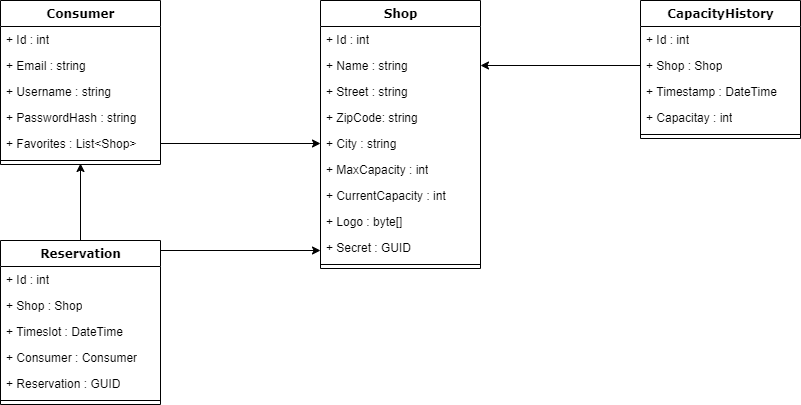
Earlier version of the draw.io export images/domain-model.png (seinol/capwatch-documentation). Source tidied: cells renumbered, new cells last; positions are measured from the earlier drawing's top-left corner, leaving out a move shared by most shapes. Its diagram source:
```xml
<mxGraphModel background="#ffffff">
  <root>
    <mxCell id="0" />
    <mxCell id="1" parent="0" />
    <mxCell id="2" value="Shop" style="swimlane;html=1;fontStyle=1;align=center;verticalAlign=top;horizontal=1;startSize=26;swimlaneFillColor=#ffffff;rounded=0;shadow=0;comic=0;labelBackgroundColor=none;strokeWidth=1;fillColor=none;fontFamily=Verdana;fontSize=12;" parent="1" vertex="1">
      <mxGeometry x="320" width="160" height="268" as="geometry" />
    </mxCell>
    <mxCell id="3" value="+ Id : int" style="text;html=1;strokeColor=none;fillColor=none;align=left;verticalAlign=top;spacingLeft=4;spacingRight=4;whiteSpace=wrap;overflow=hidden;" parent="2" vertex="1">
      <mxGeometry y="26" width="160" height="26" as="geometry" />
    </mxCell>
    <mxCell id="4" value="+ Name : string" style="text;html=1;strokeColor=none;fillColor=none;align=left;verticalAlign=top;spacingLeft=4;spacingRight=4;whiteSpace=wrap;overflow=hidden;points=[[0,0.5],[1,0.5]];portConstraint=eastwest;" parent="2" vertex="1">
      <mxGeometry y="52" width="160" height="26" as="geometry" />
    </mxCell>
    <mxCell id="5" value="+ Street : string" style="text;html=1;strokeColor=none;fillColor=none;align=left;verticalAlign=top;spacingLeft=4;spacingRight=4;whiteSpace=wrap;overflow=hidden;" parent="2" vertex="1">
      <mxGeometry y="78" width="160" height="26" as="geometry" />
    </mxCell>
    <mxCell id="6" value="+ ZipCode: string" style="text;html=1;strokeColor=none;fillColor=none;align=left;verticalAlign=top;spacingLeft=4;spacingRight=4;whiteSpace=wrap;overflow=hidden;" parent="2" vertex="1">
      <mxGeometry y="104" width="160" height="26" as="geometry" />
    </mxCell>
    <mxCell id="7" value="+ City : string" style="text;html=1;strokeColor=none;fillColor=none;align=left;verticalAlign=top;spacingLeft=4;spacingRight=4;whiteSpace=wrap;overflow=hidden;points=[[0,0.5],[1,0.5]];portConstraint=eastwest;" parent="2" vertex="1">
      <mxGeometry y="130" width="160" height="26" as="geometry" />
    </mxCell>
    <mxCell id="8" value="+ MaxCapacity : int" style="text;html=1;strokeColor=none;fillColor=none;align=left;verticalAlign=top;spacingLeft=4;spacingRight=4;whiteSpace=wrap;overflow=hidden;" parent="2" vertex="1">
      <mxGeometry y="156" width="160" height="26" as="geometry" />
    </mxCell>
    <mxCell id="9" value="+ CurrentCapacity : int" style="text;html=1;strokeColor=none;fillColor=none;align=left;verticalAlign=top;spacingLeft=4;spacingRight=4;whiteSpace=wrap;overflow=hidden;" parent="2" vertex="1">
      <mxGeometry y="182" width="160" height="26" as="geometry" />
    </mxCell>
    <mxCell id="10" value="+ Logo : byte[]" style="text;html=1;strokeColor=none;fillColor=none;align=left;verticalAlign=top;spacingLeft=4;spacingRight=4;whiteSpace=wrap;overflow=hidden;" parent="2" vertex="1">
      <mxGeometry y="208" width="160" height="26" as="geometry" />
    </mxCell>
    <mxCell id="11" value="+ Secret : GUID" style="text;html=1;strokeColor=none;fillColor=none;align=left;verticalAlign=top;spacingLeft=4;spacingRight=4;whiteSpace=wrap;overflow=hidden;" parent="2" vertex="1">
      <mxGeometry y="234" width="160" height="26" as="geometry" />
    </mxCell>
    <mxCell id="12" style="line;html=1;strokeWidth=1;fillColor=none;align=left;verticalAlign=middle;spacingTop=-1;spacingLeft=3;spacingRight=3;labelPosition=right;" parent="2" vertex="1">
      <mxGeometry y="260" width="160" height="8" as="geometry" />
    </mxCell>
    <mxCell id="13" value="Consumer" style="swimlane;html=1;fontStyle=1;align=center;verticalAlign=top;horizontal=1;startSize=26;swimlaneFillColor=#ffffff;rounded=0;shadow=0;comic=0;labelBackgroundColor=none;strokeWidth=1;fillColor=none;fontFamily=Verdana;fontSize=12;" parent="1" vertex="1">
      <mxGeometry width="160" height="164" as="geometry" />
    </mxCell>
    <mxCell id="14" value="+ Id : int" style="text;html=1;strokeColor=none;fillColor=none;align=left;verticalAlign=top;spacingLeft=4;spacingRight=4;whiteSpace=wrap;overflow=hidden;" parent="13" vertex="1">
      <mxGeometry y="26" width="160" height="26" as="geometry" />
    </mxCell>
    <mxCell id="15" value="+ Email : string" style="text;html=1;strokeColor=none;fillColor=none;align=left;verticalAlign=top;spacingLeft=4;spacingRight=4;whiteSpace=wrap;overflow=hidden;" parent="13" vertex="1">
      <mxGeometry y="52" width="160" height="26" as="geometry" />
    </mxCell>
    <mxCell id="16" value="+ Username : string" style="text;html=1;strokeColor=none;fillColor=none;align=left;verticalAlign=top;spacingLeft=4;spacingRight=4;whiteSpace=wrap;overflow=hidden;" parent="13" vertex="1">
      <mxGeometry y="78" width="160" height="26" as="geometry" />
    </mxCell>
    <mxCell id="17" value="+ PasswordHash&amp;nbsp;: string" style="text;html=1;strokeColor=none;fillColor=none;align=left;verticalAlign=top;spacingLeft=4;spacingRight=4;whiteSpace=wrap;overflow=hidden;" parent="13" vertex="1">
      <mxGeometry y="104" width="160" height="26" as="geometry" />
    </mxCell>
    <mxCell id="18" value="+ Favorites : List&amp;lt;Shop&amp;gt;" style="text;html=1;strokeColor=none;fillColor=none;align=left;verticalAlign=top;spacingLeft=4;spacingRight=4;whiteSpace=wrap;overflow=hidden;points=[[0,0.5],[1,0.5]];portConstraint=eastwest;" parent="13" vertex="1">
      <mxGeometry y="130" width="160" height="26" as="geometry" />
    </mxCell>
    <mxCell id="19" style="line;html=1;strokeWidth=1;fillColor=none;align=left;verticalAlign=middle;spacingTop=-1;spacingLeft=3;spacingRight=3;labelPosition=right;points=[];portConstraint=eastwest;" parent="13" vertex="1">
      <mxGeometry y="156" width="160" height="8" as="geometry" />
    </mxCell>
    <mxCell id="20" style="endArrow=classic;html=1;exitX=1;exitY=0.5;exitDx=0;exitDy=0;entryX=0;entryY=0.5;entryDx=0;entryDy=0;" parent="1" edge="1" source="18" target="7">
      <mxGeometry relative="1" as="geometry" />
    </mxCell>
    <mxCell id="21" value="CapacityHistory" style="swimlane;html=1;fontStyle=1;align=center;verticalAlign=top;horizontal=1;startSize=26;swimlaneFillColor=#ffffff;rounded=0;shadow=0;comic=0;labelBackgroundColor=none;strokeWidth=1;fillColor=none;fontFamily=Verdana;fontSize=12;" parent="1" vertex="1">
      <mxGeometry x="640" width="160" height="138" as="geometry" />
    </mxCell>
    <mxCell id="22" value="+ Id : int" style="text;html=1;strokeColor=none;fillColor=none;align=left;verticalAlign=top;spacingLeft=4;spacingRight=4;whiteSpace=wrap;overflow=hidden;" parent="21" vertex="1">
      <mxGeometry y="26" width="160" height="26" as="geometry" />
    </mxCell>
    <mxCell id="23" value="+ Shop : Shop" style="text;html=1;strokeColor=none;fillColor=none;align=left;verticalAlign=top;spacingLeft=4;spacingRight=4;whiteSpace=wrap;overflow=hidden;points=[[0,0.5],[1,0.5]];portConstraint=eastwest;" parent="21" vertex="1">
      <mxGeometry y="52" width="160" height="26" as="geometry" />
    </mxCell>
    <mxCell id="24" value="+ Timestamp : DateTime" style="text;html=1;strokeColor=none;fillColor=none;align=left;verticalAlign=top;spacingLeft=4;spacingRight=4;whiteSpace=wrap;overflow=hidden;" parent="21" vertex="1">
      <mxGeometry y="78" width="160" height="26" as="geometry" />
    </mxCell>
    <mxCell id="25" value="+ Capacitay : int" style="text;html=1;strokeColor=none;fillColor=none;align=left;verticalAlign=top;spacingLeft=4;spacingRight=4;whiteSpace=wrap;overflow=hidden;" parent="21" vertex="1">
      <mxGeometry y="104" width="160" height="26" as="geometry" />
    </mxCell>
    <mxCell id="26" style="line;html=1;strokeWidth=1;fillColor=none;align=left;verticalAlign=middle;spacingTop=-1;spacingLeft=3;spacingRight=3;labelPosition=right;" parent="21" vertex="1">
      <mxGeometry y="130" width="160" height="8" as="geometry" />
    </mxCell>
    <mxCell id="27" style="endArrow=classic;html=1;exitX=0;exitY=0.5;exitDx=0;exitDy=0;entryX=1;entryY=0.5;entryDx=0;entryDy=0;" parent="1" edge="1" source="23" target="4">
      <mxGeometry relative="1" as="geometry" />
    </mxCell>
    <mxCell id="28" value="Reservation" style="swimlane;html=1;fontStyle=1;align=center;verticalAlign=top;horizontal=1;startSize=26;swimlaneFillColor=#ffffff;rounded=0;shadow=0;comic=0;labelBackgroundColor=none;strokeWidth=1;fillColor=none;fontFamily=Verdana;fontSize=12;" parent="1" vertex="1">
      <mxGeometry y="240" width="160" height="164" as="geometry" />
    </mxCell>
    <mxCell id="29" value="+ Id : int" style="text;html=1;strokeColor=none;fillColor=none;align=left;verticalAlign=top;spacingLeft=4;spacingRight=4;whiteSpace=wrap;overflow=hidden;" parent="28" vertex="1">
      <mxGeometry y="26" width="160" height="26" as="geometry" />
    </mxCell>
    <mxCell id="30" value="+ Shop : Shop" style="text;html=1;strokeColor=none;fillColor=none;align=left;verticalAlign=top;spacingLeft=4;spacingRight=4;whiteSpace=wrap;overflow=hidden;" parent="28" vertex="1">
      <mxGeometry y="52" width="160" height="26" as="geometry" />
    </mxCell>
    <mxCell id="31" value="+ Timeslot : DateTime" style="text;html=1;strokeColor=none;fillColor=none;align=left;verticalAlign=top;spacingLeft=4;spacingRight=4;whiteSpace=wrap;overflow=hidden;" parent="28" vertex="1">
      <mxGeometry y="78" width="160" height="26" as="geometry" />
    </mxCell>
    <mxCell id="32" value="+ Consumer : Consumer" style="text;html=1;strokeColor=none;fillColor=none;align=left;verticalAlign=top;spacingLeft=4;spacingRight=4;whiteSpace=wrap;overflow=hidden;" parent="28" vertex="1">
      <mxGeometry y="104" width="160" height="26" as="geometry" />
    </mxCell>
    <mxCell id="33" value="+ Reservation : GUID" style="text;html=1;strokeColor=none;fillColor=none;align=left;verticalAlign=top;spacingLeft=4;spacingRight=4;whiteSpace=wrap;overflow=hidden;" parent="28" vertex="1">
      <mxGeometry y="130" width="160" height="26" as="geometry" />
    </mxCell>
    <mxCell id="34" style="line;html=1;strokeWidth=1;fillColor=none;align=left;verticalAlign=middle;spacingTop=-1;spacingLeft=3;spacingRight=3;labelPosition=right;" parent="28" vertex="1">
      <mxGeometry y="156" width="160" height="8" as="geometry" />
    </mxCell>
    <mxCell id="35" style="endArrow=classic;html=1;exitX=1;exitY=0.5;exitDx=0;exitDy=0;entryX=0;entryY=0.5;entryDx=0;entryDy=0;" parent="1" edge="1">
      <mxGeometry relative="1" as="geometry">
        <mxPoint x="160" y="250" as="sourcePoint" />
        <mxPoint x="320" y="250" as="targetPoint" />
      </mxGeometry>
    </mxCell>
    <mxCell id="36" style="endArrow=classic;html=1;exitX=0.5;exitY=0;exitDx=0;exitDy=0;entryX=0.5;entryY=0.875;entryDx=0;entryDy=0;entryPerimeter=0;" parent="1" edge="1" source="28" target="19">
      <mxGeometry relative="1" as="geometry" />
    </mxCell>
  </root>
</mxGraphModel>
```
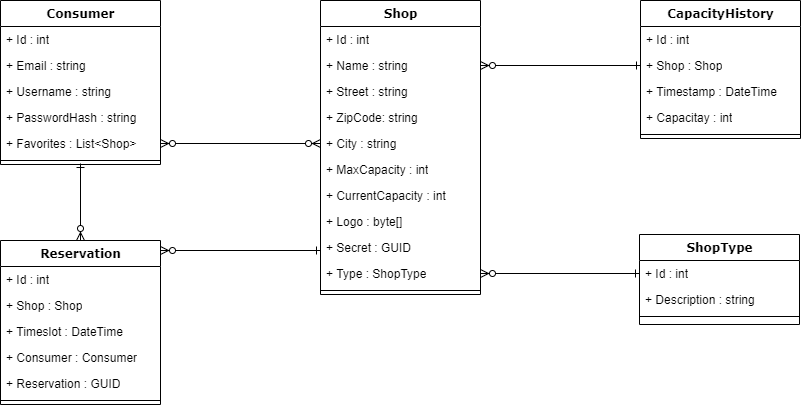
After the change.

Commit message:
fix: edit from Review CAPW-23 / CAPW-22

Change to the diagram source:
```diff
@@ -3,7 +3,7 @@
     <mxCell id="0" />
     <mxCell id="1" parent="0" />
     <mxCell id="2" value="Shop" style="swimlane;html=1;fontStyle=1;align=center;verticalAlign=top;horizontal=1;startSize=26;swimlaneFillColor=#ffffff;rounded=0;shadow=0;comic=0;labelBackgroundColor=none;strokeWidth=1;fillColor=none;fontFamily=Verdana;fontSize=12;" parent="1" vertex="1">
-      <mxGeometry x="320" width="160" height="268" as="geometry" />
+      <mxGeometry x="320" width="160" height="294" as="geometry" />
     </mxCell>
     <mxCell id="3" value="+ Id : int" style="text;html=1;strokeColor=none;fillColor=none;align=left;verticalAlign=top;spacingLeft=4;spacingRight=4;whiteSpace=wrap;overflow=hidden;" parent="2" vertex="1">
       <mxGeometry y="26" width="160" height="26" as="geometry" />
@@ -32,8 +32,11 @@
     <mxCell id="11" value="+ Secret : GUID" style="text;html=1;strokeColor=none;fillColor=none;align=left;verticalAlign=top;spacingLeft=4;spacingRight=4;whiteSpace=wrap;overflow=hidden;" parent="2" vertex="1">
       <mxGeometry y="234" width="160" height="26" as="geometry" />
     </mxCell>
+    <mxCell id="37" value="+ Type : ShopType" style="text;html=1;strokeColor=none;fillColor=none;align=left;verticalAlign=top;spacingLeft=4;spacingRight=4;whiteSpace=wrap;overflow=hidden;points=[[0,0.5],[1,0.5]];portConstraint=eastwest;" parent="2" vertex="1">
+      <mxGeometry y="260" width="160" height="26" as="geometry" />
+    </mxCell>
     <mxCell id="12" style="line;html=1;strokeWidth=1;fillColor=none;align=left;verticalAlign=middle;spacingTop=-1;spacingLeft=3;spacingRight=3;labelPosition=right;" parent="2" vertex="1">
-      <mxGeometry y="260" width="160" height="8" as="geometry" />
+      <mxGeometry y="286" width="160" height="8" as="geometry" />
     </mxCell>
     <mxCell id="13" value="Consumer" style="swimlane;html=1;fontStyle=1;align=center;verticalAlign=top;horizontal=1;startSize=26;swimlaneFillColor=#ffffff;rounded=0;shadow=0;comic=0;labelBackgroundColor=none;strokeWidth=1;fillColor=none;fontFamily=Verdana;fontSize=12;" parent="1" vertex="1">
       <mxGeometry width="160" height="164" as="geometry" />
@@ -56,7 +59,7 @@
     <mxCell id="19" style="line;html=1;strokeWidth=1;fillColor=none;align=left;verticalAlign=middle;spacingTop=-1;spacingLeft=3;spacingRight=3;labelPosition=right;points=[];portConstraint=eastwest;" parent="13" vertex="1">
       <mxGeometry y="156" width="160" height="8" as="geometry" />
     </mxCell>
-    <mxCell id="20" style="endArrow=classic;html=1;exitX=1;exitY=0.5;exitDx=0;exitDy=0;entryX=0;entryY=0.5;entryDx=0;entryDy=0;" parent="1" edge="1" source="18" target="7">
+    <mxCell id="20" style="endArrow=ERzeroToMany;html=1;exitX=1;exitY=0.5;exitDx=0;exitDy=0;entryX=0;entryY=0.5;entryDx=0;entryDy=0;startArrow=ERzeroToMany;startFill=1;endFill=1;" parent="1" edge="1" source="18" target="7">
       <mxGeometry relative="1" as="geometry" />
     </mxCell>
     <mxCell id="21" value="CapacityHistory" style="swimlane;html=1;fontStyle=1;align=center;verticalAlign=top;horizontal=1;startSize=26;swimlaneFillColor=#ffffff;rounded=0;shadow=0;comic=0;labelBackgroundColor=none;strokeWidth=1;fillColor=none;fontFamily=Verdana;fontSize=12;" parent="1" vertex="1">
@@ -77,7 +80,7 @@
     <mxCell id="26" style="line;html=1;strokeWidth=1;fillColor=none;align=left;verticalAlign=middle;spacingTop=-1;spacingLeft=3;spacingRight=3;labelPosition=right;" parent="21" vertex="1">
       <mxGeometry y="130" width="160" height="8" as="geometry" />
     </mxCell>
-    <mxCell id="27" style="endArrow=classic;html=1;exitX=0;exitY=0.5;exitDx=0;exitDy=0;entryX=1;entryY=0.5;entryDx=0;entryDy=0;" parent="1" edge="1" source="23" target="4">
+    <mxCell id="27" style="endArrow=ERzeroToMany;html=1;exitX=0;exitY=0.5;exitDx=0;exitDy=0;entryX=1;entryY=0.5;entryDx=0;entryDy=0;startArrow=ERone;startFill=0;endFill=1;" parent="1" edge="1" source="23" target="4">
       <mxGeometry relative="1" as="geometry" />
     </mxCell>
     <mxCell id="28" value="Reservation" style="swimlane;html=1;fontStyle=1;align=center;verticalAlign=top;horizontal=1;startSize=26;swimlaneFillColor=#ffffff;rounded=0;shadow=0;comic=0;labelBackgroundColor=none;strokeWidth=1;fillColor=none;fontFamily=Verdana;fontSize=12;" parent="1" vertex="1">
@@ -101,14 +104,29 @@
     <mxCell id="34" style="line;html=1;strokeWidth=1;fillColor=none;align=left;verticalAlign=middle;spacingTop=-1;spacingLeft=3;spacingRight=3;labelPosition=right;" parent="28" vertex="1">
       <mxGeometry y="156" width="160" height="8" as="geometry" />
     </mxCell>
-    <mxCell id="35" style="endArrow=classic;html=1;exitX=1;exitY=0.5;exitDx=0;exitDy=0;entryX=0;entryY=0.5;entryDx=0;entryDy=0;" parent="1" edge="1">
+    <mxCell id="35" style="endArrow=ERone;html=1;exitX=1;exitY=0.5;exitDx=0;exitDy=0;entryX=0;entryY=0.5;entryDx=0;entryDy=0;endFill=0;startArrow=ERzeroToMany;startFill=1;" parent="1" edge="1">
       <mxGeometry relative="1" as="geometry">
         <mxPoint x="160" y="250" as="sourcePoint" />
         <mxPoint x="320" y="250" as="targetPoint" />
       </mxGeometry>
     </mxCell>
-    <mxCell id="36" style="endArrow=classic;html=1;exitX=0.5;exitY=0;exitDx=0;exitDy=0;entryX=0.5;entryY=0.875;entryDx=0;entryDy=0;entryPerimeter=0;" parent="1" edge="1" source="28" target="19">
+    <mxCell id="36" style="endArrow=ERone;html=1;exitX=0.5;exitY=0;exitDx=0;exitDy=0;entryX=0.5;entryY=0.875;entryDx=0;entryDy=0;entryPerimeter=0;endFill=0;startArrow=ERzeroToMany;startFill=1;" parent="1" edge="1" source="28" target="19">
       <mxGeometry relative="1" as="geometry" />
     </mxCell>
+    <mxCell id="38" value="ShopType" style="swimlane;html=1;fontStyle=1;align=center;verticalAlign=top;horizontal=1;startSize=26;swimlaneFillColor=#ffffff;rounded=0;shadow=0;comic=0;labelBackgroundColor=none;strokeWidth=1;fillColor=none;fontFamily=Verdana;fontSize=12;" parent="1" vertex="1">
+      <mxGeometry x="639" y="234" width="160" height="90" as="geometry" />
+    </mxCell>
+    <mxCell id="39" value="+ Id : int" style="text;html=1;strokeColor=none;fillColor=none;align=left;verticalAlign=top;spacingLeft=4;spacingRight=4;whiteSpace=wrap;overflow=hidden;points=[[0,0.5],[1,0.5]];portConstraint=eastwest;" parent="38" vertex="1">
+      <mxGeometry y="26" width="160" height="26" as="geometry" />
+    </mxCell>
+    <mxCell id="40" value="+ Description : string" style="text;html=1;strokeColor=none;fillColor=none;align=left;verticalAlign=top;spacingLeft=4;spacingRight=4;whiteSpace=wrap;overflow=hidden;" parent="38" vertex="1">
+      <mxGeometry y="52" width="160" height="26" as="geometry" />
+    </mxCell>
+    <mxCell id="41" style="line;html=1;strokeWidth=1;fillColor=none;align=left;verticalAlign=middle;spacingTop=-1;spacingLeft=3;spacingRight=3;labelPosition=right;" parent="38" vertex="1">
+      <mxGeometry y="78" width="160" height="8" as="geometry" />
+    </mxCell>
+    <mxCell id="42" style="endArrow=ERzeroToMany;html=1;exitX=0;exitY=0.5;exitDx=0;exitDy=0;entryX=1;entryY=0.5;entryDx=0;entryDy=0;startArrow=ERone;startFill=0;endFill=1;" parent="1" edge="1" source="39" target="37">
+      <mxGeometry relative="1" as="geometry" />
+    </mxCell>
   </root>
 </mxGraphModel>
```
